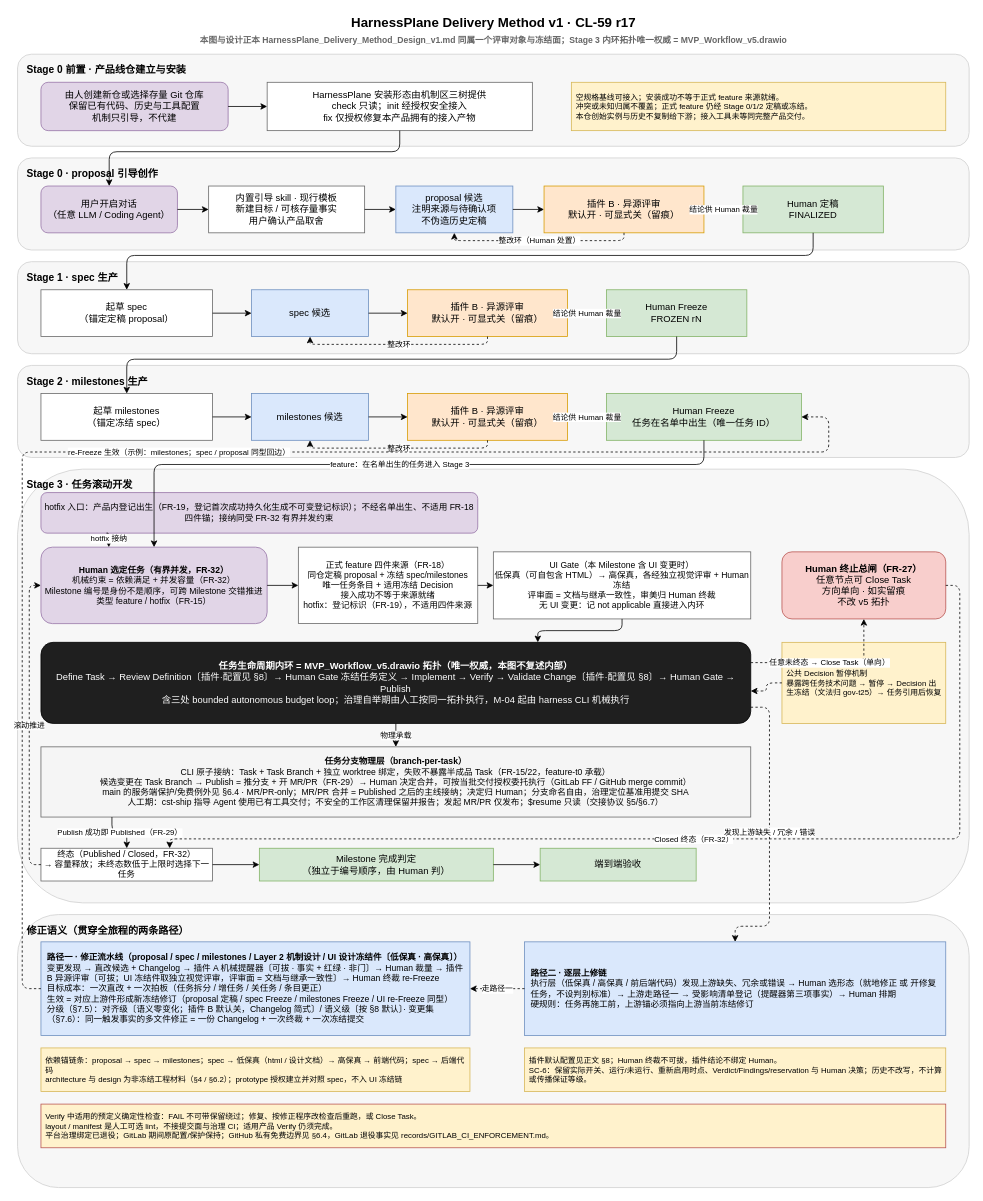
Above: mechanisms/delivery-method/HarnessPlane_Delivery_Method_v1.drawio in csthink/mars-assistant-harness-plane (draw.io), before the change. Source tidied: cells renumbered, new cells numbered last; positions are measured from the earlier drawing's top-left corner, leaving out a move shared by most shapes. Both pictures are drawn from the tidied source at 78%, with x=0, y=0 at pixel (17, 13).
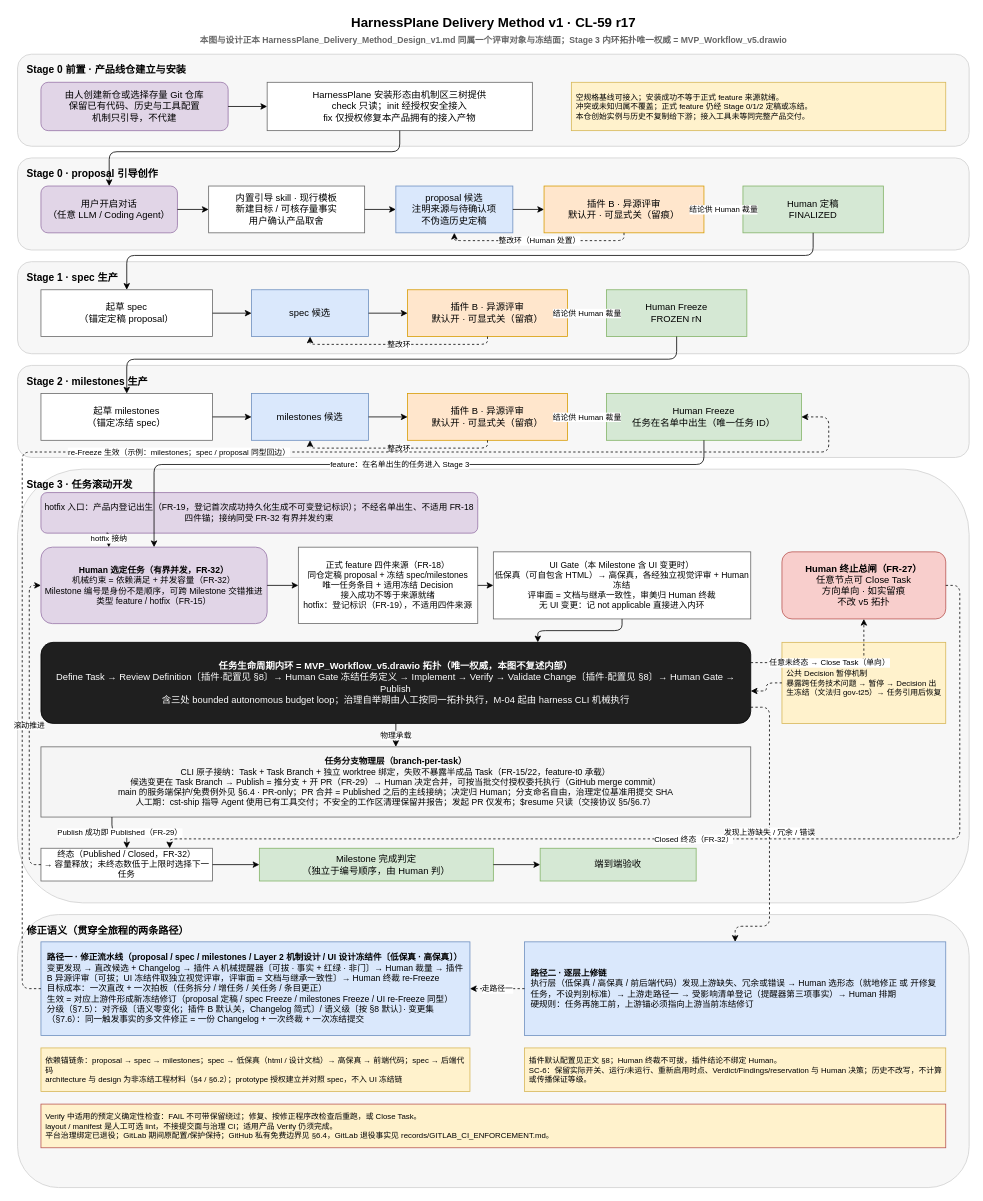
Above is the later version.

Change to the diagram source:
```diff
@@
-    <mxCell id="32" value="&lt;b&gt;任务分支物理层（branch-per-task）&lt;/b&gt;&lt;br&gt;CLI 原子接纳：Task + Task Branch + 独立 worktree 绑定，失败不暴露半成品 Task（FR-15/22，feature-t0 承载）&lt;br&gt;候选变更在 Task Branch → Publish = 推分支 + 开 MR/PR（FR-29）→ Human 决定合并，可按当批交付授权委托执行（GitLab FF / GitHub merge commit）&lt;br&gt;main 的服务端保护/免费例外见 §6.4 · MR/PR-only；MR/PR 合并 = Published 之后的主线接纳；决定归 Human；分支命名自由，治理定位基准用提交 SHA&lt;br&gt;人工期：cst-ship 指导 Agent 使用已有工具交付；不安全的工作区清理保留并报告；发起 MR/PR 仅发布；$resume 只读（交接协议 §5/§6.7）" style="rounded=0;html=1;whiteSpace=wrap;fillColor=#f5f5f5;strokeColor=#666666;fontSize=11;spacing=6;" parent="1" vertex="1">
+    <mxCell id="32" value="&lt;b&gt;任务分支物理层（branch-per-task）&lt;/b&gt;&lt;br&gt;CLI 原子接纳：Task + Task Branch + 独立 worktree 绑定，失败不暴露半成品 Task（FR-15/22，feature-t0 承载）&lt;br&gt;候选变更在 Task Branch → Publish = 推分支 + 开 PR（FR-29）→ Human 决定合并，可按当批交付授权委托执行（GitHub merge commit）&lt;br&gt;main 的服务端保护/免费例外见 §6.4 · PR-only；PR 合并 = Published 之后的主线接纳；决定归 Human；分支命名自由，治理定位基准用提交 SHA&lt;br&gt;人工期：cst-ship 指导 Agent 使用已有工具交付；不安全的工作区清理保留并报告；发起 PR 仅发布；$resume 只读（交接协议 §5/§6.7）" style="rounded=0;html=1;whiteSpace=wrap;fillColor=#f5f5f5;strokeColor=#666666;fontSize=11;spacing=6;" parent="1" vertex="1">
       <mxGeometry x="30" y="940" width="910" height="90" as="geometry" />
     </mxCell>
```
